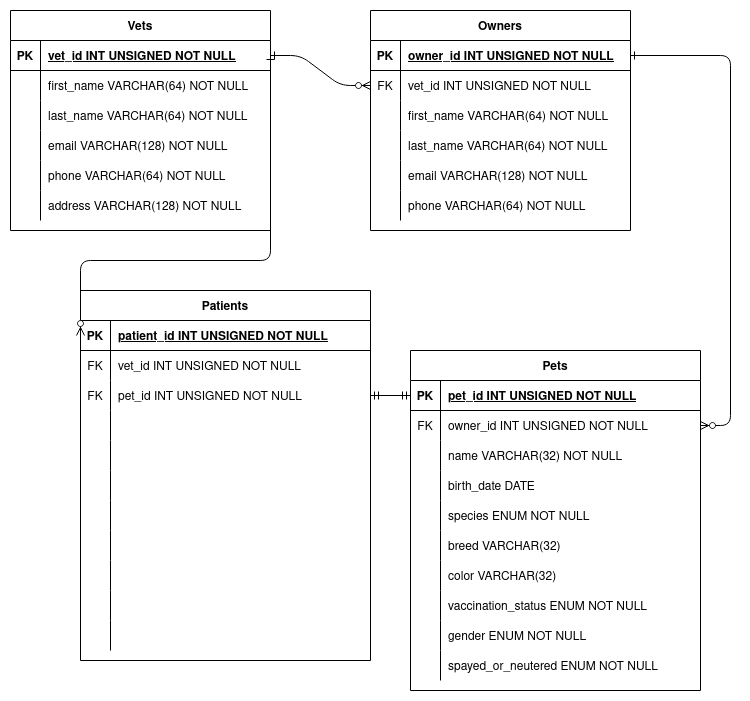
Earlier version of the draw.io export vetter-entity-relationship-diagram.drawio.png (rafaelalma/vetter-client). Source tidied: cells renumbered, new cells last; positions are measured from the earlier drawing's top-left corner, leaving out a move shared by most shapes.
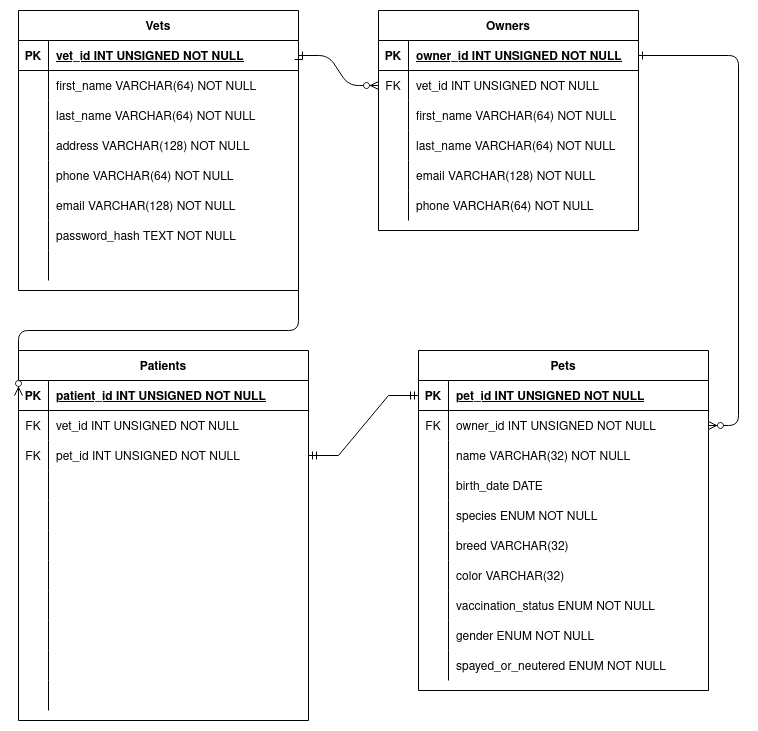
The same file after the commit.

Commit message:
Update Entity Relationship Diagram image

Diff of the diagram source:
```diff
@@ -159,64 +159,82 @@
       <mxGeometry x="30" width="260" height="30" as="geometry" />
     </mxCell>
     <mxCell id="54" value="Vets" style="shape=table;startSize=30;rowLines=0;fontStyle=1;align=center;" parent="1" vertex="1">
-      <mxGeometry width="260" height="220" as="geometry" />
+      <mxGeometry width="280" height="280" as="geometry" />
     </mxCell>
     <mxCell id="55" style="shape=partialRectangle;fillColor=none;points=[[0,0.5],[1,0.5]];portConstraint=eastwest;top=0;left=0;right=0;bottom=1;" parent="54" vertex="1">
-      <mxGeometry y="30" width="260" height="30" as="geometry" />
+      <mxGeometry y="30" width="280" height="30" as="geometry" />
     </mxCell>
     <mxCell id="56" value="PK" style="shape=partialRectangle;overflow=hidden;fillColor=none;top=0;left=0;bottom=0;right=0;fontStyle=1;" parent="55" vertex="1">
       <mxGeometry width="30" height="30" as="geometry" />
     </mxCell>
     <mxCell id="57" value="vet_id INT UNSIGNED NOT NULL" style="shape=partialRectangle;overflow=hidden;fillColor=none;top=0;left=0;bottom=0;right=0;align=left;spacingLeft=6;fontStyle=5;" parent="55" vertex="1">
-      <mxGeometry x="30" width="230" height="30" as="geometry" />
+      <mxGeometry x="30" width="250" height="30" as="geometry" />
     </mxCell>
     <mxCell id="58" style="shape=partialRectangle;fillColor=none;top=0;left=0;right=0;bottom=0;" parent="54" vertex="1">
-      <mxGeometry y="60" width="260" height="30" as="geometry" />
+      <mxGeometry y="60" width="280" height="30" as="geometry" />
     </mxCell>
     <mxCell id="59" style="shape=partialRectangle;overflow=hidden;fillColor=none;top=0;left=0;bottom=0;right=0;" parent="58" vertex="1">
       <mxGeometry width="30" height="30" as="geometry" />
     </mxCell>
     <mxCell id="60" value="first_name VARCHAR(64) NOT NULL" style="shape=partialRectangle;overflow=hidden;fillColor=none;top=0;left=0;bottom=0;right=0;align=left;spacingLeft=6;" parent="58" vertex="1">
-      <mxGeometry x="30" width="230" height="30" as="geometry" />
+      <mxGeometry x="30" width="250" height="30" as="geometry" />
     </mxCell>
     <mxCell id="61" style="shape=partialRectangle;fillColor=none;top=0;left=0;right=0;bottom=0;" parent="54" vertex="1">
-      <mxGeometry y="90" width="260" height="30" as="geometry" />
+      <mxGeometry y="90" width="280" height="30" as="geometry" />
     </mxCell>
     <mxCell id="62" style="shape=partialRectangle;overflow=hidden;fillColor=none;top=0;left=0;bottom=0;right=0;" parent="61" vertex="1">
       <mxGeometry width="30" height="30" as="geometry" />
     </mxCell>
     <mxCell id="63" value="last_name VARCHAR(64) NOT NULL" style="shape=partialRectangle;overflow=hidden;fillColor=none;top=0;left=0;bottom=0;right=0;align=left;spacingLeft=6;" parent="61" vertex="1">
-      <mxGeometry x="30" width="230" height="30" as="geometry" />
+      <mxGeometry x="30" width="250" height="30" as="geometry" />
     </mxCell>
     <mxCell id="64" style="shape=partialRectangle;fillColor=none;top=0;left=0;right=0;bottom=0;" parent="54" vertex="1">
-      <mxGeometry y="120" width="260" height="30" as="geometry" />
+      <mxGeometry y="120" width="280" height="30" as="geometry" />
     </mxCell>
     <mxCell id="65" style="shape=partialRectangle;overflow=hidden;fillColor=none;top=0;left=0;bottom=0;right=0;" parent="64" vertex="1">
       <mxGeometry width="30" height="30" as="geometry" />
     </mxCell>
-    <mxCell id="66" value="email VARCHAR(128) NOT NULL" style="shape=partialRectangle;overflow=hidden;fillColor=none;top=0;left=0;bottom=0;right=0;align=left;spacingLeft=6;" parent="64" vertex="1">
-      <mxGeometry x="30" width="230" height="30" as="geometry" />
+    <mxCell id="66" value="address VARCHAR(128) NOT NULL" style="shape=partialRectangle;overflow=hidden;fillColor=none;top=0;left=0;bottom=0;right=0;align=left;spacingLeft=6;" parent="64" vertex="1">
+      <mxGeometry x="30" width="250" height="30" as="geometry" />
     </mxCell>
     <mxCell id="67" style="shape=partialRectangle;fillColor=none;top=0;left=0;right=0;bottom=0;" parent="54" vertex="1">
-      <mxGeometry y="150" width="260" height="30" as="geometry" />
+      <mxGeometry y="150" width="280" height="30" as="geometry" />
     </mxCell>
     <mxCell id="68" style="shape=partialRectangle;overflow=hidden;fillColor=none;top=0;left=0;bottom=0;right=0;" parent="67" vertex="1">
       <mxGeometry width="30" height="30" as="geometry" />
     </mxCell>
     <mxCell id="69" value="phone VARCHAR(64) NOT NULL" style="shape=partialRectangle;overflow=hidden;fillColor=none;top=0;left=0;bottom=0;right=0;align=left;spacingLeft=6;" parent="67" vertex="1">
-      <mxGeometry x="30" width="230" height="30" as="geometry" />
+      <mxGeometry x="30" width="250" height="30" as="geometry" />
     </mxCell>
     <mxCell id="70" style="shape=partialRectangle;fillColor=none;top=0;left=0;right=0;bottom=0;" parent="54" vertex="1">
-      <mxGeometry y="180" width="260" height="30" as="geometry" />
+      <mxGeometry y="180" width="280" height="30" as="geometry" />
     </mxCell>
     <mxCell id="71" style="shape=partialRectangle;overflow=hidden;fillColor=none;top=0;left=0;bottom=0;right=0;" parent="70" vertex="1">
       <mxGeometry width="30" height="30" as="geometry" />
     </mxCell>
-    <mxCell id="72" value="address VARCHAR(128) NOT NULL" style="shape=partialRectangle;overflow=hidden;fillColor=none;top=0;left=0;bottom=0;right=0;align=left;spacingLeft=6;" parent="70" vertex="1">
-      <mxGeometry x="30" width="230" height="30" as="geometry" />
+    <mxCell id="72" value="email VARCHAR(128) NOT NULL" style="shape=partialRectangle;overflow=hidden;fillColor=none;top=0;left=0;bottom=0;right=0;align=left;spacingLeft=6;" parent="70" vertex="1">
+      <mxGeometry x="30" width="250" height="30" as="geometry" />
     </mxCell>
+    <mxCell id="109" style="shape=partialRectangle;fillColor=none;top=0;left=0;right=0;bottom=0;" parent="54" vertex="1">
+      <mxGeometry y="210" width="280" height="30" as="geometry" />
+    </mxCell>
+    <mxCell id="110" style="shape=partialRectangle;overflow=hidden;fillColor=none;top=0;left=0;bottom=0;right=0;" parent="109" vertex="1">
+      <mxGeometry width="30" height="30" as="geometry" />
+    </mxCell>
+    <mxCell id="111" value="password_hash TEXT NOT NULL" style="shape=partialRectangle;overflow=hidden;fillColor=none;top=0;left=0;bottom=0;right=0;align=left;spacingLeft=6;" parent="109" vertex="1">
+      <mxGeometry x="30" width="250" height="30" as="geometry" />
+    </mxCell>
+    <mxCell id="112" style="shape=partialRectangle;fillColor=none;top=0;left=0;right=0;bottom=0;" parent="54" vertex="1">
+      <mxGeometry y="240" width="280" height="30" as="geometry" />
+    </mxCell>
+    <mxCell id="113" style="shape=partialRectangle;overflow=hidden;fillColor=none;top=0;left=0;bottom=0;right=0;" parent="112" vertex="1">
+      <mxGeometry width="30" height="30" as="geometry" />
+    </mxCell>
+    <mxCell id="114" style="shape=partialRectangle;overflow=hidden;fillColor=none;top=0;left=0;bottom=0;right=0;align=left;spacingLeft=6;" parent="112" vertex="1">
+      <mxGeometry x="30" width="250" height="30" as="geometry" />
+    </mxCell>
     <mxCell id="73" value="Patients" style="shape=table;startSize=30;rowLines=0;fontStyle=1;align=center;" parent="1" vertex="1">
-      <mxGeometry x="70" y="280" width="290" height="370" as="geometry" />
+      <mxGeometry y="340" width="290" height="370" as="geometry" />
     </mxCell>
     <mxCell id="74" style="shape=partialRectangle;fillColor=none;points=[[0,0.5],[1,0.5]];portConstraint=eastwest;top=0;left=0;right=0;bottom=1;" parent="73" vertex="1">
       <mxGeometry y="30" width="290" height="30" as="geometry" />
@@ -320,6 +338,7 @@
     <mxCell id="107" style="edgeStyle=elbowEdgeStyle;endArrow=ERzeroToMany;startArrow=ERone;endFill=1;startFill=0;exitX=1;exitY=0.5;exitDx=0;exitDy=0;entryX=0;entryY=0.5;entryDx=0;entryDy=0;elbow=vertical;" parent="1" edge="1" source="55" target="74">
       <mxGeometry relative="1" as="geometry">
         <Array as="points">
+          <mxPoint x="270" y="320" />
           <mxPoint x="60" y="250" />
           <mxPoint x="130" y="240" />
         </Array>
```
